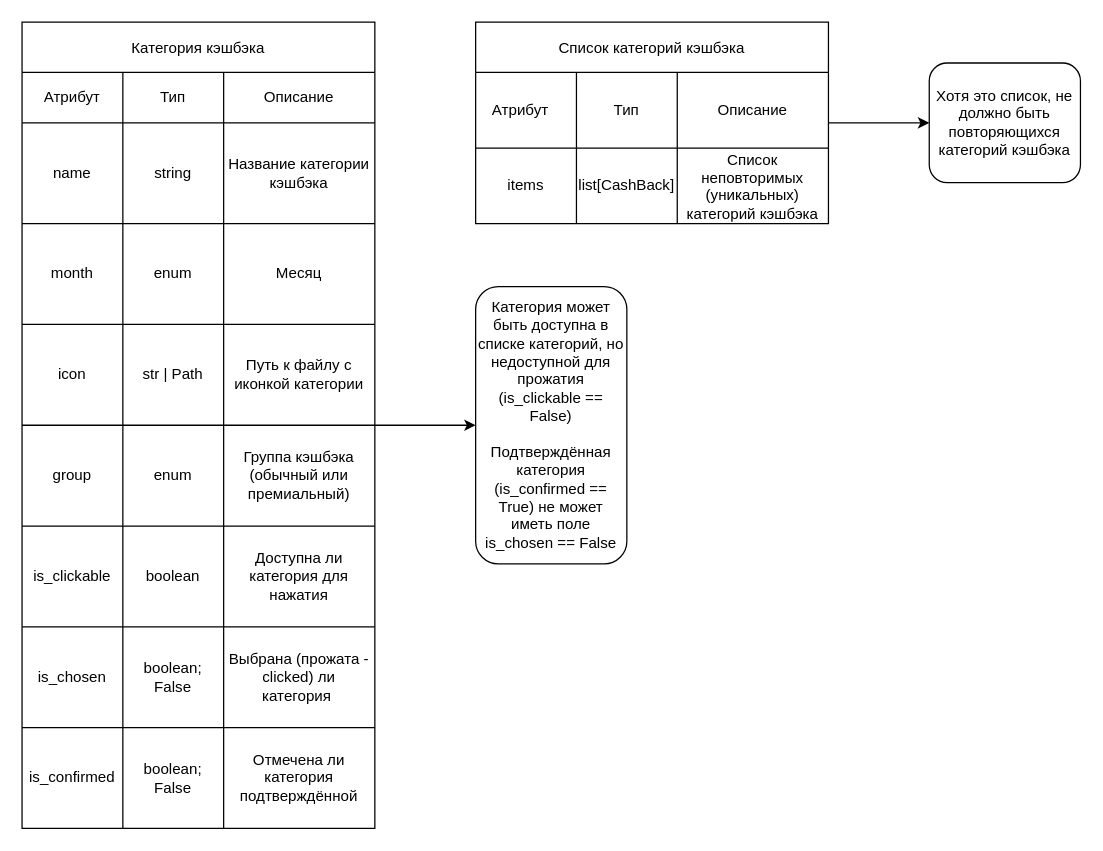
This is Stanley_Kudrow/core/SA/ex06_data_models/ex06_data_model.drawio from abdullahproff/BSA21_1, a draw.io file, before an edit. Source tidied: cells renumbered, new cells numbered last; positions are measured from the earlier drawing's top-left corner, leaving out a move shared by most shapes. Both pictures are drawn from the tidied source at 126%, with x=0, y=0 at pixel (21, 21).
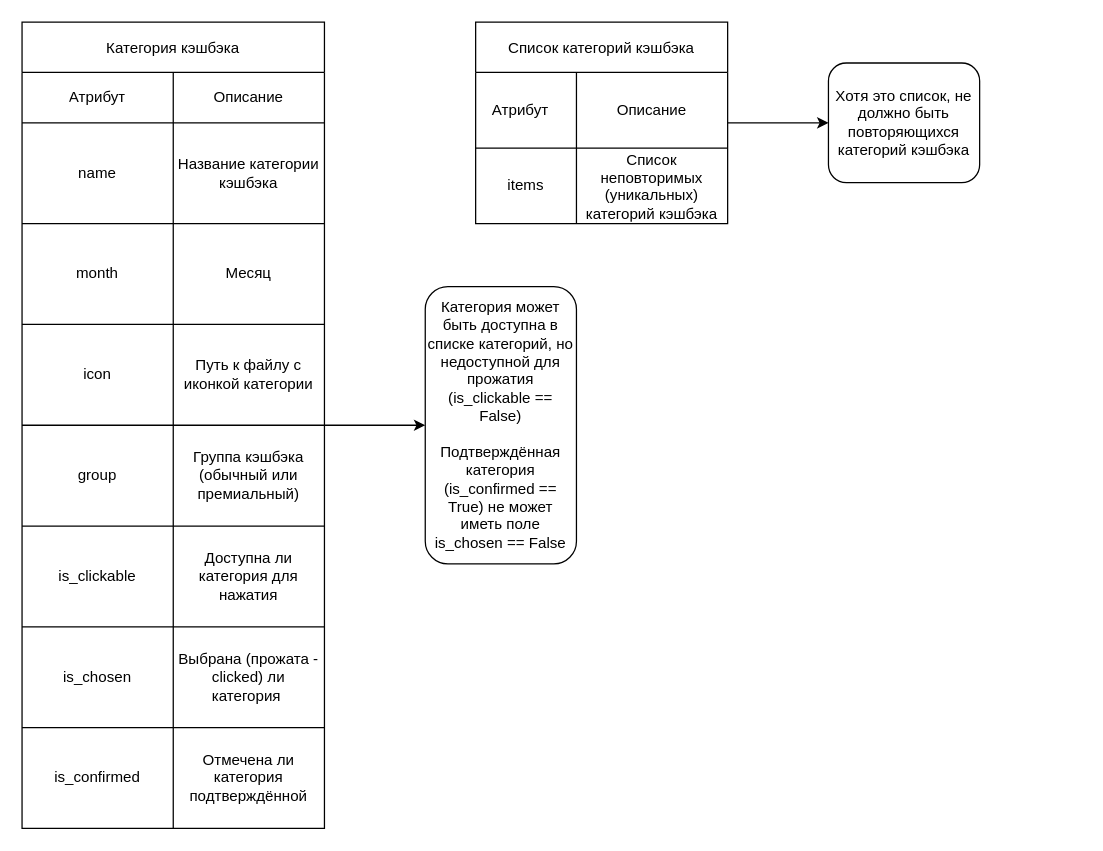
The same page after the edit.

Commit message (it also covers changes not shown here):
remove type columns

Change to the diagram source:
```diff
@@
     <mxCell id="3" value="Категория кэшбэка" style="shape=table;startSize=40;childLayout=tableLayout;" parent="1" vertex="1">
-      <mxGeometry width="280" height="640" as="geometry" />
+      <mxGeometry width="240" height="640" as="geometry" />
     </mxCell>
     <mxCell id="4" style="shape=tableRow;horizontal=0;startSize=0;swimlaneHead=0;swimlaneBody=0;strokeColor=inherit;top=0;left=0;bottom=0;right=0;fillColor=none;" parent="3" vertex="1">
-      <mxGeometry y="40" width="280" height="40" as="geometry" />
+      <mxGeometry y="40" width="240" height="40" as="geometry" />
     </mxCell>
     <mxCell id="5" value="Атрибут" style="shape=partialRectangle;html=1;whiteSpace=wrap;strokeColor=inherit;overflow=hidden;fillColor=none;top=0;left=0;bottom=0;right=0;" parent="4" vertex="1">
-      <mxGeometry width="80" height="40" as="geometry" />
+      <mxGeometry width="120" height="40" as="geometry" />
     </mxCell>
-    <mxCell id="6" value="Тип" style="shape=partialRectangle;html=1;whiteSpace=wrap;strokeColor=inherit;overflow=hidden;fillColor=none;top=0;left=0;bottom=0;right=0;" parent="4" vertex="1">
-      <mxGeometry x="80" width="80" height="40" as="geometry" />
-    </mxCell>
     <mxCell id="7" value="Описание" style="shape=partialRectangle;html=1;whiteSpace=wrap;strokeColor=inherit;overflow=hidden;fillColor=none;top=0;left=0;bottom=0;right=0;" parent="4" vertex="1">
-      <mxGeometry x="160" width="120" height="40" as="geometry" />
+      <mxGeometry x="120" width="120" height="40" as="geometry" />
     </mxCell>
     <mxCell id="8" style="shape=tableRow;horizontal=0;startSize=0;swimlaneHead=0;swimlaneBody=0;strokeColor=inherit;top=0;left=0;bottom=0;right=0;fillColor=none;" parent="3" vertex="1">
-      <mxGeometry y="80" width="280" height="80" as="geometry" />
+      <mxGeometry y="80" width="240" height="80" as="geometry" />
     </mxCell>
     <mxCell id="9" value="name" style="shape=partialRectangle;html=1;whiteSpace=wrap;strokeColor=inherit;overflow=hidden;fillColor=none;top=0;left=0;bottom=0;right=0;" parent="8" vertex="1">
-      <mxGeometry width="80" height="80" as="geometry" />
+      <mxGeometry width="120" height="80" as="geometry" />
     </mxCell>
-    <mxCell id="10" value="string" style="shape=partialRectangle;html=1;whiteSpace=wrap;strokeColor=inherit;overflow=hidden;fillColor=none;top=0;left=0;bottom=0;right=0;" parent="8" vertex="1">
-      <mxGeometry x="80" width="80" height="80" as="geometry" />
-    </mxCell>
     <mxCell id="11" value="Название категории кэшбэка" style="shape=partialRectangle;html=1;whiteSpace=wrap;strokeColor=inherit;overflow=hidden;fillColor=none;top=0;left=0;bottom=0;right=0;" parent="8" vertex="1">
-      <mxGeometry x="160" width="120" height="80" as="geometry" />
+      <mxGeometry x="120" width="120" height="80" as="geometry" />
     </mxCell>
     <mxCell id="12" style="shape=tableRow;horizontal=0;startSize=0;swimlaneHead=0;swimlaneBody=0;strokeColor=inherit;top=0;left=0;bottom=0;right=0;fillColor=none;" parent="3" vertex="1">
-      <mxGeometry y="160" width="280" height="80" as="geometry" />
+      <mxGeometry y="160" width="240" height="80" as="geometry" />
     </mxCell>
     <mxCell id="13" value="month" style="shape=partialRectangle;html=1;whiteSpace=wrap;strokeColor=inherit;overflow=hidden;fillColor=none;top=0;left=0;bottom=0;right=0;" parent="12" vertex="1">
-      <mxGeometry width="80" height="80" as="geometry" />
+      <mxGeometry width="120" height="80" as="geometry" />
     </mxCell>
-    <mxCell id="14" value="enum" style="shape=partialRectangle;html=1;whiteSpace=wrap;strokeColor=inherit;overflow=hidden;fillColor=none;top=0;left=0;bottom=0;right=0;" parent="12" vertex="1">
-      <mxGeometry x="80" width="80" height="80" as="geometry" />
-    </mxCell>
     <mxCell id="15" value="Месяц" style="shape=partialRectangle;html=1;whiteSpace=wrap;strokeColor=inherit;overflow=hidden;fillColor=none;top=0;left=0;bottom=0;right=0;" parent="12" vertex="1">
-      <mxGeometry x="160" width="120" height="80" as="geometry" />
+      <mxGeometry x="120" width="120" height="80" as="geometry" />
     </mxCell>
     <mxCell id="16" style="shape=tableRow;horizontal=0;startSize=0;swimlaneHead=0;swimlaneBody=0;strokeColor=inherit;top=0;left=0;bottom=0;right=0;fillColor=none;" parent="3" vertex="1">
-      <mxGeometry y="240" width="280" height="80" as="geometry" />
+      <mxGeometry y="240" width="240" height="80" as="geometry" />
     </mxCell>
     <mxCell id="17" value="icon" style="shape=partialRectangle;html=1;whiteSpace=wrap;strokeColor=inherit;overflow=hidden;fillColor=none;top=0;left=0;bottom=0;right=0;" parent="16" vertex="1">
-      <mxGeometry width="80" height="80" as="geometry" />
+      <mxGeometry width="120" height="80" as="geometry" />
     </mxCell>
-    <mxCell id="18" value="str | Path" style="shape=partialRectangle;html=1;whiteSpace=wrap;strokeColor=inherit;overflow=hidden;fillColor=none;top=0;left=0;bottom=0;right=0;" parent="16" vertex="1">
-      <mxGeometry x="80" width="80" height="80" as="geometry" />
-    </mxCell>
     <mxCell id="19" value="Путь к файлу с иконкой категории" style="shape=partialRectangle;html=1;whiteSpace=wrap;strokeColor=inherit;overflow=hidden;fillColor=none;top=0;left=0;bottom=0;right=0;" parent="16" vertex="1">
-      <mxGeometry x="160" width="120" height="80" as="geometry" />
+      <mxGeometry x="120" width="120" height="80" as="geometry" />
     </mxCell>
     <mxCell id="20" style="shape=tableRow;horizontal=0;startSize=0;swimlaneHead=0;swimlaneBody=0;strokeColor=inherit;top=0;left=0;bottom=0;right=0;fillColor=none;" parent="3" vertex="1">
-      <mxGeometry y="320" width="280" height="80" as="geometry" />
+      <mxGeometry y="320" width="240" height="80" as="geometry" />
     </mxCell>
     <mxCell id="21" value="group" style="shape=partialRectangle;html=1;whiteSpace=wrap;strokeColor=inherit;overflow=hidden;fillColor=none;top=0;left=0;bottom=0;right=0;" parent="20" vertex="1">
-      <mxGeometry width="80" height="80" as="geometry" />
+      <mxGeometry width="120" height="80" as="geometry" />
     </mxCell>
-    <mxCell id="22" value="enum" style="shape=partialRectangle;html=1;whiteSpace=wrap;strokeColor=inherit;overflow=hidden;fillColor=none;top=0;left=0;bottom=0;right=0;" parent="20" vertex="1">
-      <mxGeometry x="80" width="80" height="80" as="geometry" />
-    </mxCell>
     <mxCell id="23" value="Группа кэшбэка (обычный или премиальный)" style="shape=partialRectangle;html=1;whiteSpace=wrap;strokeColor=inherit;overflow=hidden;fillColor=none;top=0;left=0;bottom=0;right=0;" parent="20" vertex="1">
-      <mxGeometry x="160" width="120" height="80" as="geometry" />
+      <mxGeometry x="120" width="120" height="80" as="geometry" />
     </mxCell>
     <mxCell id="24" style="shape=tableRow;horizontal=0;startSize=0;swimlaneHead=0;swimlaneBody=0;strokeColor=inherit;top=0;left=0;bottom=0;right=0;fillColor=none;" parent="3" vertex="1">
-      <mxGeometry y="400" width="280" height="80" as="geometry" />
+      <mxGeometry y="400" width="240" height="80" as="geometry" />
     </mxCell>
     <mxCell id="25" value="is_clickable" style="shape=partialRectangle;html=1;whiteSpace=wrap;strokeColor=inherit;overflow=hidden;fillColor=none;top=0;left=0;bottom=0;right=0;" parent="24" vertex="1">
-      <mxGeometry width="80" height="80" as="geometry" />
+      <mxGeometry width="120" height="80" as="geometry" />
     </mxCell>
-    <mxCell id="26" value="boolean" style="shape=partialRectangle;html=1;whiteSpace=wrap;strokeColor=inherit;overflow=hidden;fillColor=none;top=0;left=0;bottom=0;right=0;" parent="24" vertex="1">
-      <mxGeometry x="80" width="80" height="80" as="geometry" />
-    </mxCell>
     <mxCell id="27" value="Доступна ли категория для нажатия" style="shape=partialRectangle;html=1;whiteSpace=wrap;strokeColor=inherit;overflow=hidden;fillColor=none;top=0;left=0;bottom=0;right=0;" parent="24" vertex="1">
-      <mxGeometry x="160" width="120" height="80" as="geometry" />
+      <mxGeometry x="120" width="120" height="80" as="geometry" />
     </mxCell>
     <mxCell id="28" style="shape=tableRow;horizontal=0;startSize=0;swimlaneHead=0;swimlaneBody=0;strokeColor=inherit;top=0;left=0;bottom=0;right=0;fillColor=none;" parent="3" vertex="1">
-      <mxGeometry y="480" width="280" height="80" as="geometry" />
+      <mxGeometry y="480" width="240" height="80" as="geometry" />
     </mxCell>
     <mxCell id="29" value="is_chosen" style="shape=partialRectangle;html=1;whiteSpace=wrap;strokeColor=inherit;overflow=hidden;fillColor=none;top=0;left=0;bottom=0;right=0;" parent="28" vertex="1">
-      <mxGeometry width="80" height="80" as="geometry" />
+      <mxGeometry width="120" height="80" as="geometry" />
     </mxCell>
-    <mxCell id="30" value="boolean;&lt;div&gt;False&lt;/div&gt;" style="shape=partialRectangle;html=1;whiteSpace=wrap;strokeColor=inherit;overflow=hidden;fillColor=none;top=0;left=0;bottom=0;right=0;" parent="28" vertex="1">
-      <mxGeometry x="80" width="80" height="80" as="geometry" />
-    </mxCell>
     <mxCell id="31" value="Выбрана (прожата - clicked) ли категория&amp;nbsp;" style="shape=partialRectangle;html=1;whiteSpace=wrap;strokeColor=inherit;overflow=hidden;fillColor=none;top=0;left=0;bottom=0;right=0;" parent="28" vertex="1">
-      <mxGeometry x="160" width="120" height="80" as="geometry" />
+      <mxGeometry x="120" width="120" height="80" as="geometry" />
     </mxCell>
     <mxCell id="32" style="shape=tableRow;horizontal=0;startSize=0;swimlaneHead=0;swimlaneBody=0;strokeColor=inherit;top=0;left=0;bottom=0;right=0;fillColor=none;" parent="3" vertex="1">
-      <mxGeometry y="560" width="280" height="80" as="geometry" />
+      <mxGeometry y="560" width="240" height="80" as="geometry" />
     </mxCell>
     <mxCell id="33" value="is_confirmed" style="shape=partialRectangle;html=1;whiteSpace=wrap;strokeColor=inherit;overflow=hidden;fillColor=none;top=0;left=0;bottom=0;right=0;" parent="32" vertex="1">
-      <mxGeometry width="80" height="80" as="geometry" />
+      <mxGeometry width="120" height="80" as="geometry" />
     </mxCell>
-    <mxCell id="34" value="boolean;&lt;div&gt;False&lt;/div&gt;" style="shape=partialRectangle;html=1;whiteSpace=wrap;strokeColor=inherit;overflow=hidden;fillColor=none;top=0;left=0;bottom=0;right=0;" parent="32" vertex="1">
-      <mxGeometry x="80" width="80" height="80" as="geometry" />
-    </mxCell>
     <mxCell id="35" value="Отмечена ли категория подтверждённой" style="shape=partialRectangle;html=1;whiteSpace=wrap;strokeColor=inherit;overflow=hidden;fillColor=none;top=0;left=0;bottom=0;right=0;" parent="32" vertex="1">
-      <mxGeometry x="160" width="120" height="80" as="geometry" />
+      <mxGeometry x="120" width="120" height="80" as="geometry" />
     </mxCell>
     <mxCell id="36" value="Категория может быть доступна в списке категорий, но недоступной для прожатия (is_clickable == False)&lt;div&gt;&lt;br&gt;&lt;/div&gt;&lt;div&gt;Подтверждённая категория (is_confirmed == True) не может иметь поле is_chosen == False&lt;/div&gt;" style="rounded=1;whiteSpace=wrap;html=1;startSize=40;" parent="1" vertex="1">
-      <mxGeometry x="360" y="210" width="120" height="220" as="geometry" />
+      <mxGeometry x="320" y="210" width="120" height="220" as="geometry" />
     </mxCell>
@@
     <mxCell id="38" value="Список категорий кэшбэка" style="shape=table;startSize=40;childLayout=tableLayout;" parent="1" vertex="1">
-      <mxGeometry x="360" width="280" height="160" as="geometry" />
+      <mxGeometry x="360" width="200" height="160" as="geometry" />
     </mxCell>
     <mxCell id="39" style="shape=tableRow;horizontal=0;startSize=0;swimlaneHead=0;swimlaneBody=0;strokeColor=inherit;top=0;left=0;bottom=0;right=0;fillColor=none;" parent="38" vertex="1">
-      <mxGeometry y="40" width="280" height="60" as="geometry" />
+      <mxGeometry y="40" width="200" height="60" as="geometry" />
     </mxCell>
@@
-    <mxCell id="41" value="Тип" style="shape=partialRectangle;html=1;whiteSpace=wrap;strokeColor=inherit;overflow=hidden;fillColor=none;top=0;left=0;bottom=0;right=0;" parent="39" vertex="1">
-      <mxGeometry x="80" width="80" height="60" as="geometry" />
-    </mxCell>
     <mxCell id="42" value="Описание" style="shape=partialRectangle;html=1;whiteSpace=wrap;strokeColor=inherit;overflow=hidden;fillColor=none;top=0;left=0;bottom=0;right=0;" parent="39" vertex="1">
-      <mxGeometry x="160" width="120" height="60" as="geometry" />
+      <mxGeometry x="80" width="120" height="60" as="geometry" />
     </mxCell>
     <mxCell id="43" style="shape=tableRow;horizontal=0;startSize=0;swimlaneHead=0;swimlaneBody=0;strokeColor=inherit;top=0;left=0;bottom=0;right=0;fillColor=none;" parent="38" vertex="1">
-      <mxGeometry y="100" width="280" height="60" as="geometry" />
+      <mxGeometry y="100" width="200" height="60" as="geometry" />
     </mxCell>
@@
-    <mxCell id="45" value="list[CashBack]" style="shape=partialRectangle;html=1;whiteSpace=wrap;strokeColor=inherit;overflow=hidden;fillColor=none;top=0;left=0;bottom=0;right=0;" parent="43" vertex="1">
-      <mxGeometry x="80" width="80" height="60" as="geometry" />
-    </mxCell>
     <mxCell id="46" value="Список неповторимых (уникальных) категорий кэшбэка" style="shape=partialRectangle;html=1;whiteSpace=wrap;strokeColor=inherit;overflow=hidden;fillColor=none;top=0;left=0;bottom=0;right=0;" parent="43" vertex="1">
-      <mxGeometry x="160" width="120" height="60" as="geometry" />
+      <mxGeometry x="80" width="120" height="60" as="geometry" />
     </mxCell>
     <mxCell id="47" value="Хотя это список, не должно быть повторяющихся категорий кэшбэка" style="rounded=1;whiteSpace=wrap;html=1;startSize=40;" parent="1" vertex="1">
-      <mxGeometry x="720" y="32.5" width="120" height="95" as="geometry" />
+      <mxGeometry x="640" y="32.5" width="120" height="95" as="geometry" />
     </mxCell>
```
